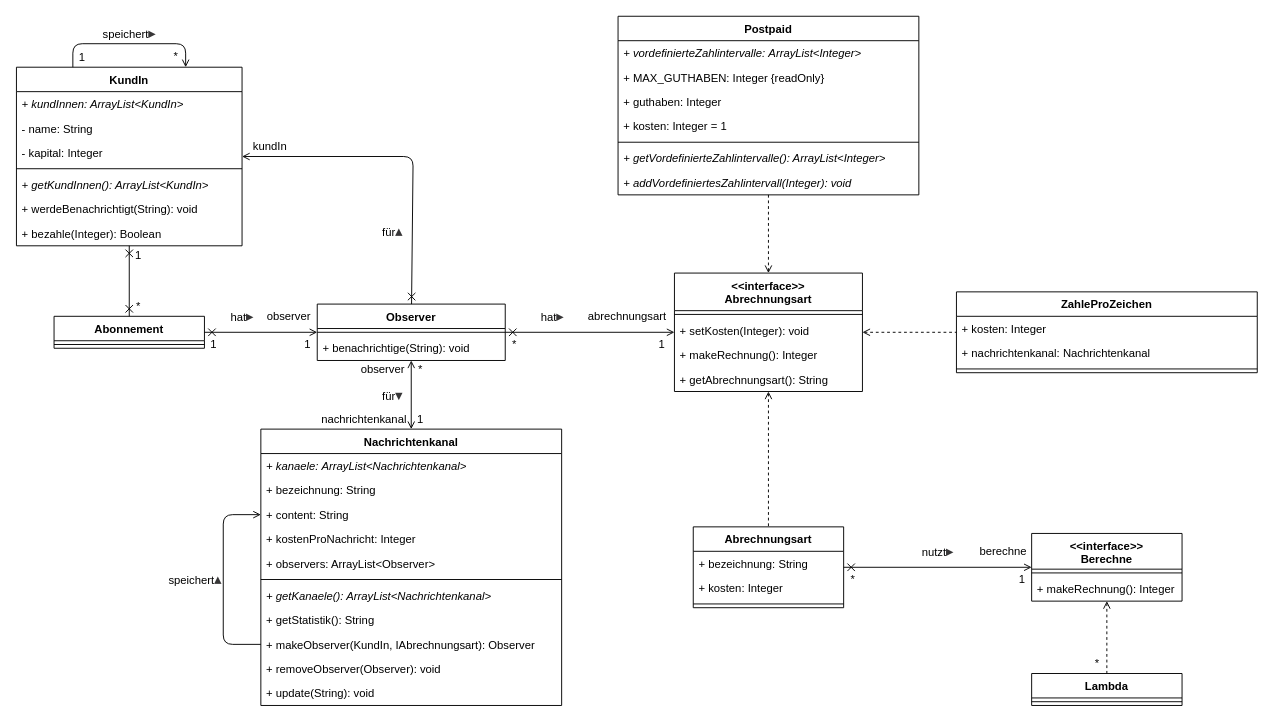
tmwnd/fha-swt keeps this draw.io diagram as swt_wende_tim_h08/swt_wende_tim_h08_class_diagram_post.drawio. Above is the earlier version. Source tidied: cells renumbered, new cells numbered last; positions are measured from the earlier drawing's top-left corner, leaving out a move shared by most shapes. Both pictures are drawn from the tidied source at 94%, with x=0, y=0 at pixel (16, 16).
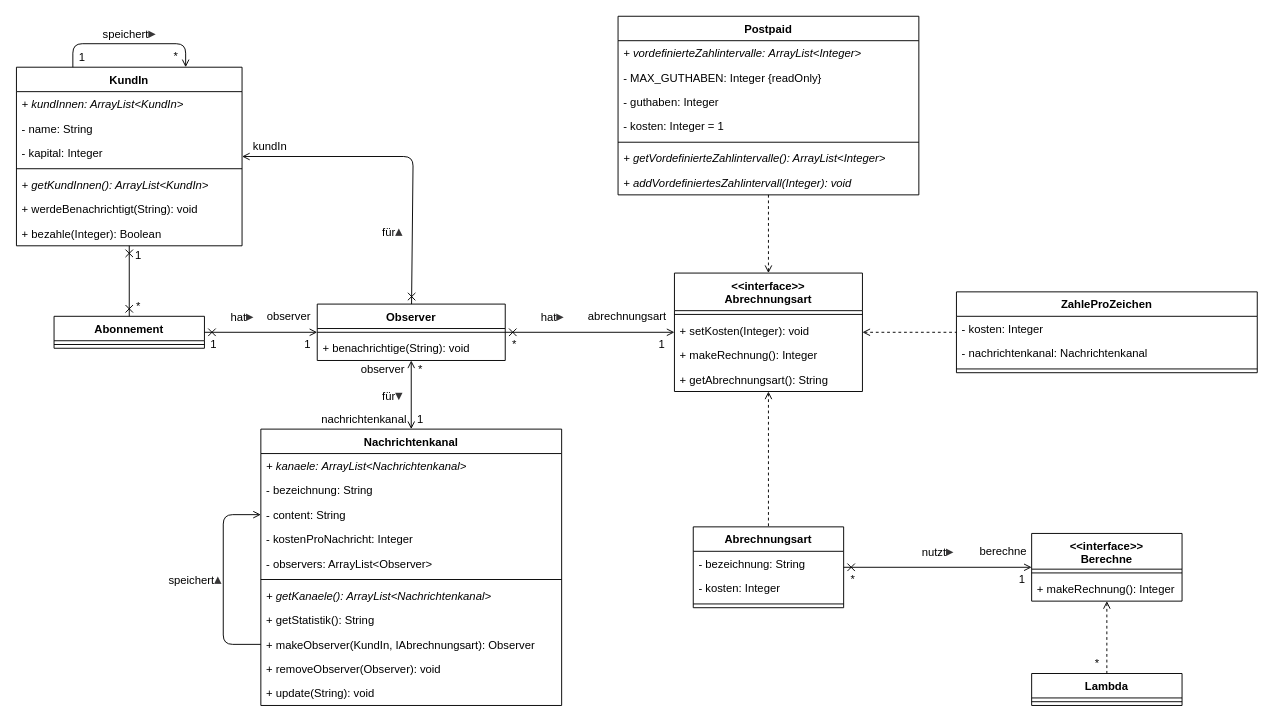
The same diagram, later.

The change refers to these unchanged cells:
```xml
<mxCell id="18" value="Postpaid" style="swimlane;fontStyle=1;align=center;verticalAlign=top;horizontal=1;startSize=26;" parent="1" vertex="1">
  <mxGeometry x="640" y="-0.2" width="320" height="190" as="geometry" />
</mxCell>
<mxCell id="30" value="Nachrichtenkanal" style="swimlane;fontStyle=1;align=center;verticalAlign=top;horizontal=1;startSize=26;" parent="1" vertex="1">
  <mxGeometry x="260" y="439" width="320" height="294" as="geometry" />
</mxCell>
<mxCell id="51" value="Abrechnungsart" style="swimlane;fontStyle=1;align=center;verticalAlign=top;horizontal=1;startSize=26;" parent="1" vertex="1">
  <mxGeometry x="720" y="543" width="160" height="86" as="geometry" />
</mxCell>
<mxCell id="58" value="ZahleProZeichen" style="swimlane;fontStyle=1;align=center;verticalAlign=top;horizontal=1;startSize=26;" parent="1" vertex="1">
  <mxGeometry x="1000" y="293" width="320" height="86" as="geometry" />
</mxCell>
```

Diff of the diagram source:
```diff
@@
-    <mxCell id="20" value="+ MAX_GUTHABEN: Integer {readOnly}" style="text;strokeColor=none;fillColor=none;align=left;verticalAlign=top;spacingLeft=4;spacingRight=4;overflow=hidden;" parent="18" vertex="1">
+    <mxCell id="20" value="- MAX_GUTHABEN: Integer {readOnly}" style="text;strokeColor=none;fillColor=none;align=left;verticalAlign=top;spacingLeft=4;spacingRight=4;overflow=hidden;" parent="18" vertex="1">
       <mxGeometry y="52" width="320" height="26" as="geometry" />
     </mxCell>
-    <mxCell id="21" value="+ guthaben: Integer" style="text;strokeColor=none;fillColor=none;align=left;verticalAlign=top;spacingLeft=4;spacingRight=4;overflow=hidden;" parent="18" vertex="1">
+    <mxCell id="21" value="- guthaben: Integer" style="text;strokeColor=none;fillColor=none;align=left;verticalAlign=top;spacingLeft=4;spacingRight=4;overflow=hidden;" parent="18" vertex="1">
       <mxGeometry y="78" width="320" height="26" as="geometry" />
     </mxCell>
-    <mxCell id="22" value="+ kosten: Integer = 1" style="text;strokeColor=none;fillColor=none;align=left;verticalAlign=top;spacingLeft=4;spacingRight=4;overflow=hidden;" parent="18" vertex="1">
+    <mxCell id="22" value="- kosten: Integer = 1" style="text;strokeColor=none;fillColor=none;align=left;verticalAlign=top;spacingLeft=4;spacingRight=4;overflow=hidden;" parent="18" vertex="1">
       <mxGeometry y="104" width="320" height="26" as="geometry" />
     </mxCell>
@@
-    <mxCell id="32" value="+ bezeichnung: String" style="text;strokeColor=none;fillColor=none;align=left;verticalAlign=top;spacingLeft=4;spacingRight=4;overflow=hidden;" parent="30" vertex="1">
+    <mxCell id="32" value="- bezeichnung: String" style="text;strokeColor=none;fillColor=none;align=left;verticalAlign=top;spacingLeft=4;spacingRight=4;overflow=hidden;" parent="30" vertex="1">
       <mxGeometry y="52" width="320" height="26" as="geometry" />
     </mxCell>
-    <mxCell id="33" value="+ content: String" style="text;strokeColor=none;fillColor=none;align=left;verticalAlign=top;spacingLeft=4;spacingRight=4;overflow=hidden;points=[[0,0.5],[1,0.5]];portConstraint=eastwest;" parent="30" vertex="1">
+    <mxCell id="33" value="- content: String" style="text;strokeColor=none;fillColor=none;align=left;verticalAlign=top;spacingLeft=4;spacingRight=4;overflow=hidden;points=[[0,0.5],[1,0.5]];portConstraint=eastwest;" parent="30" vertex="1">
       <mxGeometry y="78" width="320" height="26" as="geometry" />
     </mxCell>
-    <mxCell id="34" value="+ kostenProNachricht: Integer" style="text;strokeColor=none;fillColor=none;align=left;verticalAlign=top;spacingLeft=4;spacingRight=4;overflow=hidden;" parent="30" vertex="1">
+    <mxCell id="34" value="- kostenProNachricht: Integer" style="text;strokeColor=none;fillColor=none;align=left;verticalAlign=top;spacingLeft=4;spacingRight=4;overflow=hidden;" parent="30" vertex="1">
       <mxGeometry y="104" width="320" height="26" as="geometry" />
     </mxCell>
-    <mxCell id="35" value="+ observers: ArrayList&lt;Observer&gt;" style="text;strokeColor=none;fillColor=none;align=left;verticalAlign=top;spacingLeft=4;spacingRight=4;overflow=hidden;" parent="30" vertex="1">
+    <mxCell id="35" value="- observers: ArrayList&lt;Observer&gt;" style="text;strokeColor=none;fillColor=none;align=left;verticalAlign=top;spacingLeft=4;spacingRight=4;overflow=hidden;" parent="30" vertex="1">
       <mxGeometry y="130" width="320" height="26" as="geometry" />
     </mxCell>
@@
-    <mxCell id="52" value="+ bezeichnung: String" style="text;strokeColor=none;fillColor=none;align=left;verticalAlign=top;spacingLeft=4;spacingRight=4;overflow=hidden;" parent="51" vertex="1">
+    <mxCell id="52" value="- bezeichnung: String" style="text;strokeColor=none;fillColor=none;align=left;verticalAlign=top;spacingLeft=4;spacingRight=4;overflow=hidden;" parent="51" vertex="1">
       <mxGeometry y="26" width="160" height="26" as="geometry" />
     </mxCell>
-    <mxCell id="53" value="+ kosten: Integer" style="text;strokeColor=none;fillColor=none;align=left;verticalAlign=top;spacingLeft=4;spacingRight=4;overflow=hidden;" parent="51" vertex="1">
+    <mxCell id="53" value="- kosten: Integer" style="text;strokeColor=none;fillColor=none;align=left;verticalAlign=top;spacingLeft=4;spacingRight=4;overflow=hidden;" parent="51" vertex="1">
       <mxGeometry y="52" width="160" height="26" as="geometry" />
     </mxCell>
@@
-    <mxCell id="59" value="+ kosten: Integer" style="text;strokeColor=none;fillColor=none;align=left;verticalAlign=top;spacingLeft=4;spacingRight=4;overflow=hidden;" parent="58" vertex="1">
+    <mxCell id="59" value="- kosten: Integer" style="text;strokeColor=none;fillColor=none;align=left;verticalAlign=top;spacingLeft=4;spacingRight=4;overflow=hidden;" parent="58" vertex="1">
       <mxGeometry y="26" width="320" height="26" as="geometry" />
     </mxCell>
-    <mxCell id="60" value="+ nachrichtenkanal: Nachrichtenkanal" style="text;strokeColor=none;fillColor=none;align=left;verticalAlign=top;spacingLeft=4;spacingRight=4;overflow=hidden;" parent="58" vertex="1">
+    <mxCell id="60" value="- nachrichtenkanal: Nachrichtenkanal" style="text;strokeColor=none;fillColor=none;align=left;verticalAlign=top;spacingLeft=4;spacingRight=4;overflow=hidden;" parent="58" vertex="1">
       <mxGeometry y="52" width="320" height="26" as="geometry" />
     </mxCell>
```
